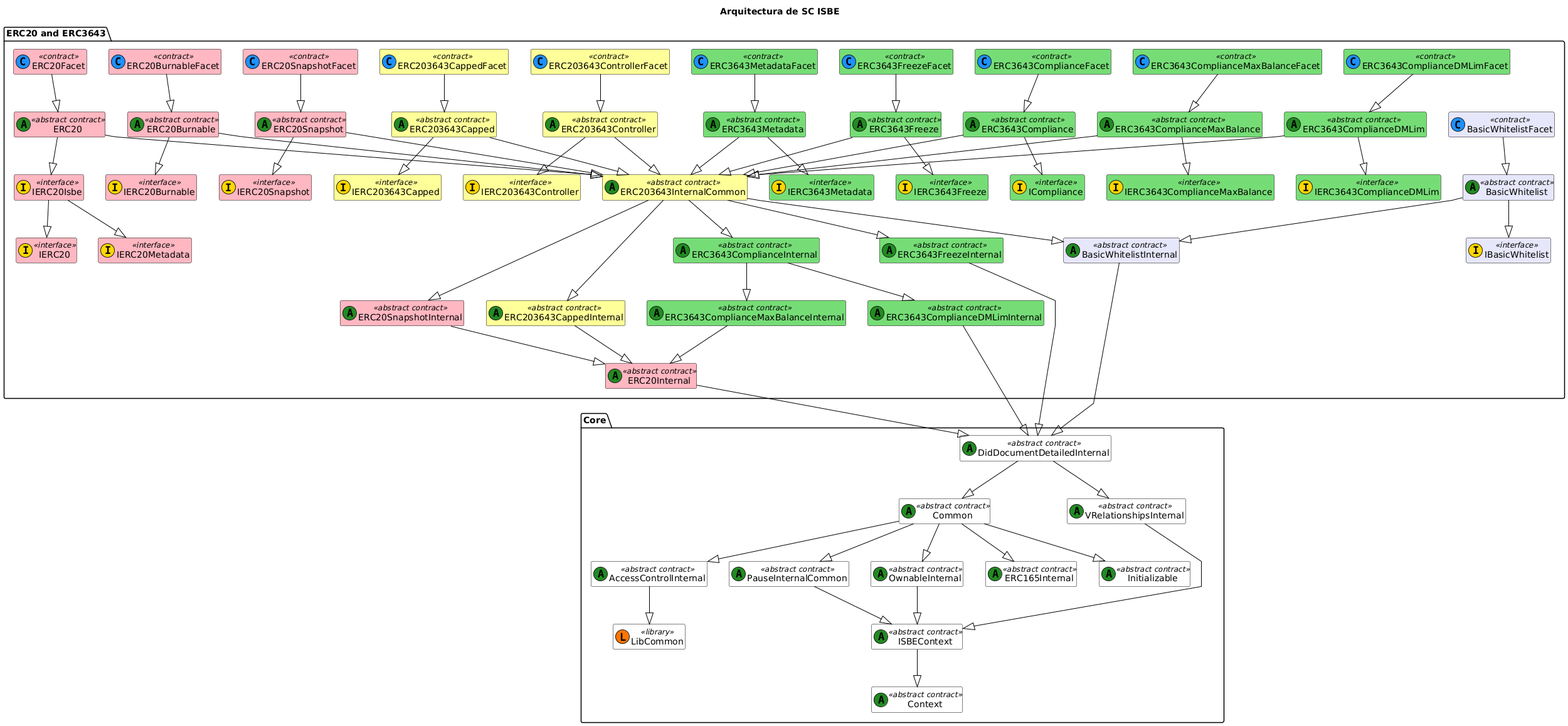
The PlantUML diagram docs/diagrams/ISBE-SC-UML-Global-Functional_2.png in red-isbe/isbe-contracts, before a commit.
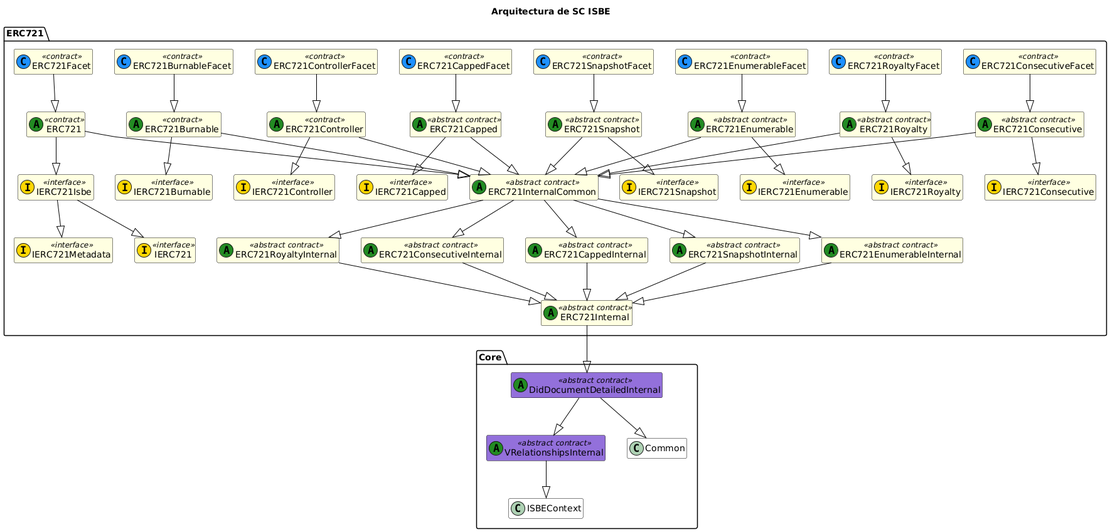
After the change.

Change to the diagram source:
```diff
@@ -10,166 +10,102 @@
 hide empty members
 
 package "Core" {
-    class Initializable <<(A,#228b22) abstract contract>>
-    class Common <<(A,#228b22) abstract contract>>
-    class DidDocumentDetailedInternal <<(A,#228b22) abstract contract>>
-    class VRelationshipsInternal <<(A,#228b22) abstract contract>>
-    class LibCommon << (L,#FF7700) library >>
-    class ISBEContext <<(A,#228b22) abstract contract>>
-    class AccessControlInternal <<(A,#228b22) abstract contract>>
-    class PauseInternalCommon <<(A,#228b22) abstract contract>>
-    class OwnableInternal <<(A,#228b22) abstract contract>>
-    class ERC165Internal <<(A,#228b22) abstract contract>>
-    class Context <<(A,#228b22) abstract contract>>
+
+    class DidDocumentDetailedInternal <<(A,#228b22) abstract contract>> #9370DB
+    class VRelationshipsInternal <<(A,#228b22) abstract contract>> #9370DB
 
     DidDocumentDetailedInternal --|> Common
     DidDocumentDetailedInternal --|> VRelationshipsInternal
-    Common --|> Initializable
-    Common --|> ERC165Internal
-    Common --|> AccessControlInternal
-    Common --|> OwnableInternal
-    Common --|> PauseInternalCommon
     VRelationshipsInternal--|> ISBEContext
-    PauseInternalCommon --|> ISBEContext
-    OwnableInternal --|> ISBEContext
-    ISBEContext --|> Context
-    AccessControlInternal --|> LibCommon
+
 }
 
+package "ERC721" {
+    class IERC721 <<(I,#FFD700) interface>> #FFFFE0
+    class IERC721Metadata <<(I,#FFD700) interface>> #FFFFE0
+    class IERC721Isbe <<(I,#FFD700) interface>> #FFFFE0
+    class ERC721Internal <<(A,#228B22) abstract contract>> #FFFFE0
+    class ERC721InternalCommon <<(A,#228B22) abstract contract>> #FFFFE0
+    class ERC721 <<(A,#228B22) contract>> #FFFFE0
+    class ERC721Facet <<(C,#1E90FF) contract>> #FFFFE0
 
+    ERC721 --|> IERC721Isbe
+    IERC721Isbe--|> IERC721
+    IERC721Isbe--|> IERC721Metadata
+    ERC721 --|> ERC721InternalCommon
+    ERC721Internal --|> DidDocumentDetailedInternal
+    ERC721Facet --|> ERC721
 
+    class IERC721Burnable <<(I,#FFD700) interface>> #FFFFE0
+    class ERC721Burnable <<(A,#228B22) contract>> #FFFFE0
+    class ERC721BurnableFacet <<(C,#1E90FF) contract>> #FFFFE0
 
-package "ERC20 and ERC3643" {
-    class IERC20 <<(I,#FFD700) interface>> #FFB6C1
-    class IERC20Metadata <<(I,#FFD700) interface>> #FFB6C1
-    class IERC20Isbe <<(I,#FFD700) interface>> #FFB6C1
-    class IERC20Burnable <<(I,#FFD700) interface>> #FFB6C1
-    class IERC20Snapshot <<(I,#FFD700) interface>> #FFB6C1
-    class IERC203643Capped <<(I,#FFD700) interface>> #FFFF99
-    class IERC203643Controller <<(I,#FFD700) interface>> #FFFF99
+    ERC721BurnableFacet --|> ERC721Burnable
+    ERC721Burnable --|> IERC721Burnable
+    ERC721Burnable --|> ERC721InternalCommon
 
+    class IERC721Controller <<(I,#FFD700) interface>> #FFFFE0
+    class ERC721Controller <<(A,#228B22) contract>> #FFFFE0
+    class ERC721ControllerFacet <<(C,#1E90FF) contract>> #FFFFE0
 
-    class ERC20 <<(A,#228B22) abstract contract>> #FFB6C1
-    class ERC20Facet <<(C,#1E90FF) contract>> #FFB6C1
-    class ERC20Internal <<(A,#228B22) abstract contract>> #FFB6C1
+    ERC721ControllerFacet --|> ERC721Controller
+    ERC721Controller --|> IERC721Controller
+    ERC721Controller --|> ERC721InternalCommon
 
-    class ERC20Burnable <<(A,#228B22) abstract contract>> #FFB6C1
-    class ERC20BurnableFacet <<(C,#1E90FF) contract>> #FFB6C1
+    class IERC721Capped <<(I,#FFD700) interface>> #FFFFE0
+    class ERC721CappedInternal <<(A,#228B22) abstract contract>> #FFFFE0
+    class ERC721Capped <<(A,#228B22) abstract contract>> #FFFFE0
+    class ERC721CappedFacet <<(C,#1E90FF) contract>> #FFFFE0
 
-    class ERC20Snapshot <<(A,#228B22) abstract contract>> #FFB6C1
-    class ERC20SnapshotFacet <<(C,#1E90FF) contract>> #FFB6C1
-    class ERC20SnapshotInternal <<(A,#228B22) abstract contract>> #FFB6C1
+    ERC721CappedFacet --|> ERC721Capped
+    ERC721Capped --|> IERC721Capped
+    ERC721Capped --|> ERC721InternalCommon
+    ERC721InternalCommon --|> ERC721CappedInternal
+    ERC721CappedInternal --|> ERC721Internal
 
-    class ERC203643Capped <<(A,#228B22) abstract contract>> #FFFF99
-    class ERC203643CappedFacet <<(C,#1E90FF) contract>> #FFFF99
-    class ERC203643CappedInternal <<(A,#228B22) abstract contract>> #FFFF99
+    class IERC721Snapshot <<(I,#FFD700) interface>> #FFFFE0
+    class ERC721SnapshotInternal <<(A,#228B22) abstract contract>> #FFFFE0
+    class ERC721Snapshot <<(A,#228B22) abstract contract>> #FFFFE0
+    class ERC721SnapshotFacet <<(C,#1E90FF) contract>> #FFFFE0
 
-    class ERC203643Controller <<(A,#228B22) abstract contract>> #FFFF99
-    class ERC203643ControllerFacet <<(C,#1E90FF) contract>> #FFFF99
+    ERC721SnapshotFacet --|> ERC721Snapshot
+    ERC721Snapshot --|> IERC721Snapshot
+    ERC721Snapshot --|> ERC721InternalCommon
+    ERC721InternalCommon --|> ERC721SnapshotInternal
+    ERC721SnapshotInternal --|> ERC721Internal
 
+    class IERC721Enumerable <<(I,#FFD700) interface>> #FFFFE0
+    class ERC721EnumerableInternal <<(A,#228B22) abstract contract>> #FFFFE0
+    class ERC721Enumerable <<(A,#228B22) abstract contract>> #FFFFE0
+    class ERC721EnumerableFacet <<(C,#1E90FF) contract>> #FFFFE0
 
+    ERC721EnumerableFacet --|> ERC721Enumerable
+    ERC721Enumerable --|> IERC721Enumerable
+    ERC721Enumerable --|> ERC721InternalCommon
+    ERC721InternalCommon --|> ERC721EnumerableInternal
+    ERC721EnumerableInternal --|> ERC721Internal
 
-    ERC20 --|> IERC20Isbe
-    IERC20Isbe --|> IERC20
-    IERC20Isbe --|> IERC20Metadata
+    class IERC721Royalty <<(I,#FFD700) interface>> #FFFFE0
+    class ERC721RoyaltyInternal <<(A,#228B22) abstract contract>> #FFFFE0
+    class ERC721Royalty <<(A,#228B22) abstract contract>> #FFFFE0
+    class ERC721RoyaltyFacet <<(C,#1E90FF) contract>> #FFFFE0
 
+    ERC721RoyaltyFacet --|> ERC721Royalty
+    ERC721Royalty --|> IERC721Royalty
+    ERC721Royalty --|> ERC721InternalCommon
+    ERC721InternalCommon --|> ERC721RoyaltyInternal
+    ERC721RoyaltyInternal --|> ERC721Internal
 
-    ERC20Internal --|> DidDocumentDetailedInternal
-    ERC20Facet --|> ERC20
+    class IERC721Consecutive <<(I,#FFD700) interface>> #FFFFE0
+    class ERC721ConsecutiveInternal <<(A,#228B22) abstract contract>> #FFFFE0
+    class ERC721Consecutive <<(A,#228B22) abstract contract>> #FFFFE0
+    class ERC721ConsecutiveFacet <<(C,#1E90FF) contract>> #FFFFE0
 
-    ERC20Burnable --|> IERC20Burnable
-    ERC20BurnableFacet --|> ERC20Burnable
-
-    ERC203643Capped --|> IERC203643Capped
-    ERC203643CappedFacet --|> ERC203643Capped
-    ERC203643CappedInternal --|> ERC20Internal
-
-    ERC203643Controller --|> IERC203643Controller
-    ERC203643ControllerFacet --|> ERC203643Controller
-
-    ERC20Snapshot --|> IERC20Snapshot
-    ERC20SnapshotFacet --|> ERC20Snapshot
-    ERC20SnapshotInternal --|> ERC20Internal
-
-
-
-    class IERC3643Metadata <<(I,#FFD700) interface>> #77DD77
-    class ERC3643Metadata <<(A,#228B22) abstract contract>> #77DD77
-    class ERC3643MetadataFacet <<(C,#1E90FF) contract>> #77DD77
-
-    ERC3643MetadataFacet --|> ERC3643Metadata
-    ERC3643Metadata --|> IERC3643Metadata
-
-    class IERC3643Freeze <<(I,#FFD700) interface>> #77DD77
-    class ERC3643FreezeInternal <<(A,#228B22) abstract contract>> #77DD77
-    class ERC3643Freeze <<(A,#228B22) abstract contract>> #77DD77
-    class ERC3643FreezeFacet <<(C,#1E90FF) contract>> #77DD77
-
-    ERC3643FreezeFacet --|> ERC3643Freeze
-    ERC3643Freeze --|> IERC3643Freeze
-    ERC3643FreezeInternal --|> DidDocumentDetailedInternal
-
-    class ICompliance <<(I,#FFD700) interface>> #77DD77
-    class ERC3643ComplianceInternal <<(A,#228B22) abstract contract>> #77DD77
-    class ERC3643Compliance <<(A,#228B22) abstract contract>> #77DD77
-    class ERC3643ComplianceFacet <<(C,#1E90FF) contract>> #77DD77
-
-    ERC3643ComplianceFacet --|> ERC3643Compliance
-    ERC3643Compliance --|> ICompliance
-
-    class IERC3643ComplianceMaxBalance <<(I,#FFD700) interface>> #77DD77
-    class ERC3643ComplianceMaxBalanceInternal <<(A,#228B22) abstract contract>> #77DD77
-    class ERC3643ComplianceMaxBalance <<(A,#228B22) abstract contract>> #77DD77
-    class ERC3643ComplianceMaxBalanceFacet <<(C,#1E90FF) contract>> #77DD77
-
-    ERC3643ComplianceMaxBalanceFacet --|> ERC3643ComplianceMaxBalance
-    ERC3643ComplianceMaxBalance --|> IERC3643ComplianceMaxBalance
-    ERC3643ComplianceMaxBalanceInternal --|> ERC20Internal
-
-    ERC3643ComplianceInternal --|> ERC3643ComplianceMaxBalanceInternal
-
-    class IERC3643ComplianceDMLim<<(I,#FFD700) interface>> #77DD77
-    class ERC3643ComplianceDMLimInternal<<(A,#228B22) abstract contract>> #77DD77
-    class ERC3643ComplianceDMLim<<(A,#228B22) abstract contract>> #77DD77
-    class ERC3643ComplianceDMLimFacet<<(C,#1E90FF) contract>> #77DD77
-
-    ERC3643ComplianceDMLimFacet--|> ERC3643ComplianceDMLim
-    ERC3643ComplianceDMLim--|> IERC3643ComplianceDMLim
-    ERC3643ComplianceDMLimInternal--|> DidDocumentDetailedInternal
-
-    ERC3643ComplianceInternal --|> ERC3643ComplianceDMLimInternal
-
-    class IBasicWhitelist <<(I,#FFD700) interface>> #E6E6FA
-    class BasicWhitelistInternal <<(A,#228B22) abstract contract>> #E6E6FA
-    class BasicWhitelist <<(A,#228B22) abstract contract>> #E6E6FA
-    class BasicWhitelistFacet <<(C,#1E90FF) contract>> #E6E6FA
-
-    BasicWhitelistFacet --|> BasicWhitelist
-    BasicWhitelist --|> IBasicWhitelist
-    BasicWhitelist --|> BasicWhitelistInternal
-    BasicWhitelistInternal --|> DidDocumentDetailedInternal
-
-
-    class ERC203643InternalCommon <<(A,#228B22) abstract contract>> #FFFF99
-    ERC203643InternalCommon --|> ERC20SnapshotInternal
-    ERC203643InternalCommon --|> ERC203643CappedInternal
-    ERC203643InternalCommon --|> ERC3643FreezeInternal
-    ERC203643InternalCommon --|> ERC3643ComplianceInternal
-    ERC203643InternalCommon --|> BasicWhitelistInternal
-
-
-    ERC3643Metadata --|> ERC203643InternalCommon
-    ERC3643Freeze --|> ERC203643InternalCommon
-    ERC20 --|> ERC203643InternalCommon
-    ERC20Burnable --|> ERC203643InternalCommon
-    ERC203643Capped --|> ERC203643InternalCommon
-    ERC203643Controller --|> ERC203643InternalCommon
-    ERC20Snapshot --|> ERC203643InternalCommon
-    ERC3643Compliance --|> ERC203643InternalCommon
-    ERC3643ComplianceMaxBalance --|> ERC203643InternalCommon
-    ERC3643ComplianceDMLim --|> ERC203643InternalCommon
-
-
+    ERC721ConsecutiveFacet --|> ERC721Consecutive
+    ERC721Consecutive --|> IERC721Consecutive
+    ERC721Consecutive --|> ERC721InternalCommon
+    ERC721InternalCommon --|> ERC721ConsecutiveInternal
+    ERC721ConsecutiveInternal --|> ERC721Internal
 
 }
 @enduml
```
